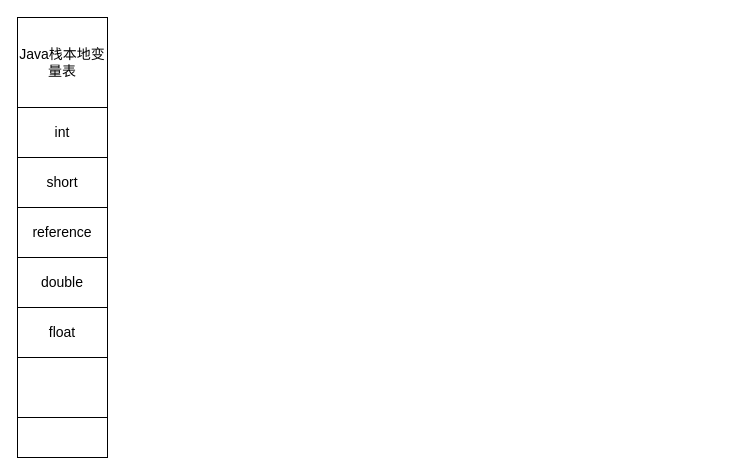
Above: java对象的定位.drawio in wushengqiang/mydoc (draw.io), before the change. Source tidied: cells renumbered, new cells numbered last; positions are measured from the earlier drawing's top-left corner, leaving out a move shared by most shapes. Both pictures are drawn from the tidied source at 100%, with x=0, y=0 at pixel (17, 17).
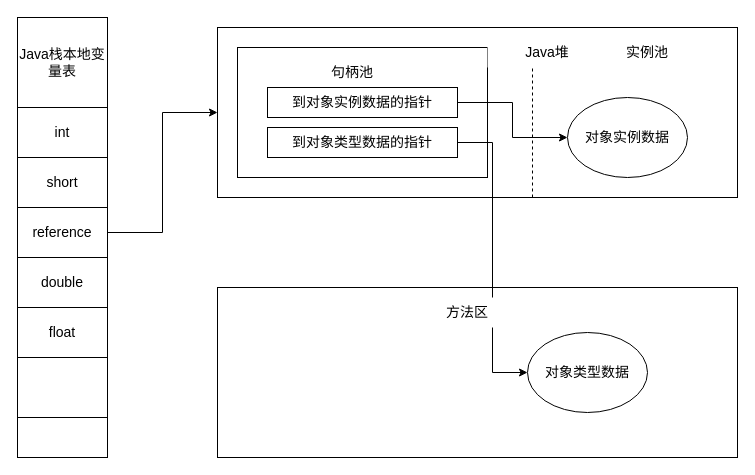
The same diagram, later.

Commit message (it also covers changes not shown here):
更新java对象的定位.drawio

Unchanged cells that the change refers to:
```xml
<mxCell id="5" value="reference" style="rounded=0;whiteSpace=wrap;html=1;fontSize=14;" parent="1" vertex="1">
  <mxGeometry y="190" width="90" height="50" as="geometry" />
</mxCell>
```

The edit, as a diff of the source:
```diff
@@
+    <mxCell id="10" style="edgeStyle=orthogonalEdgeStyle;rounded=0;jettySize=auto;html=1;entryX=0;entryY=0.5;entryDx=0;entryDy=0;fontSize=14;" parent="1" edge="1" source="5" target="11">
+      <mxGeometry relative="1" as="geometry" />
+    </mxCell>
@@
+    <mxCell id="11" style="rounded=0;whiteSpace=wrap;html=1;fontSize=14;" parent="1" vertex="1">
+      <mxGeometry x="200" y="10" width="520" height="170" as="geometry" />
+    </mxCell>
+    <mxCell id="12" style="rounded=0;whiteSpace=wrap;html=1;fontSize=14;" parent="1" vertex="1">
+      <mxGeometry x="200" y="270" width="520" height="170" as="geometry" />
+    </mxCell>
+    <mxCell id="13" style="rounded=0;whiteSpace=wrap;html=1;fontSize=14;" parent="1" vertex="1">
+      <mxGeometry x="220" y="30" width="250" height="130" as="geometry" />
+    </mxCell>
+    <mxCell id="14" value="句柄池" style="rounded=0;whiteSpace=wrap;html=1;fontSize=14;strokeColor=none;" parent="1" vertex="1">
+      <mxGeometry x="270" y="40" width="130" height="30" as="geometry" />
+    </mxCell>
+    <mxCell id="15" style="edgeStyle=orthogonalEdgeStyle;rounded=0;jettySize=auto;html=1;fontSize=14;" parent="1" edge="1" source="16" target="22">
+      <mxGeometry relative="1" as="geometry" />
+    </mxCell>
+    <mxCell id="16" value="到对象实例数据的指针" style="rounded=0;whiteSpace=wrap;html=1;fontSize=14;" parent="1" vertex="1">
+      <mxGeometry x="250" y="70" width="190" height="30" as="geometry" />
+    </mxCell>
+    <mxCell id="17" style="edgeStyle=orthogonalEdgeStyle;rounded=0;jettySize=auto;html=1;entryX=0;entryY=0.5;entryDx=0;entryDy=0;fontSize=14;" parent="1" edge="1" source="18" target="24">
+      <mxGeometry relative="1" as="geometry" />
+    </mxCell>
+    <mxCell id="18" value="到对象类型数据的指针" style="rounded=0;whiteSpace=wrap;html=1;fontSize=14;" parent="1" vertex="1">
+      <mxGeometry x="250" y="110" width="190" height="30" as="geometry" />
+    </mxCell>
+    <mxCell id="19" style="endArrow=none;dashed=1;html=1;fontSize=14;exitX=0.75;exitY=1;exitDx=0;exitDy=0;" parent="1" edge="1">
+      <mxGeometry relative="1" as="geometry">
+        <mxPoint x="515" y="180" as="sourcePoint" />
+        <mxPoint x="515" y="50" as="targetPoint" />
+      </mxGeometry>
+    </mxCell>
+    <mxCell id="20" value="Java堆" style="rounded=0;whiteSpace=wrap;html=1;fontSize=14;strokeColor=none;" parent="1" vertex="1">
+      <mxGeometry x="470" y="20" width="120" height="30" as="geometry" />
+    </mxCell>
+    <mxCell id="21" value="实例池" style="rounded=0;whiteSpace=wrap;html=1;fontSize=14;strokeColor=none;" parent="1" vertex="1">
+      <mxGeometry x="570" y="20" width="120" height="30" as="geometry" />
+    </mxCell>
+    <mxCell id="22" value="对象实例数据" style="ellipse;whiteSpace=wrap;html=1;fontSize=14;" parent="1" vertex="1">
+      <mxGeometry x="550" y="80" width="120" height="80" as="geometry" />
+    </mxCell>
+    <mxCell id="23" value="方法区" style="rounded=0;whiteSpace=wrap;html=1;fontSize=14;strokeColor=none;" parent="1" vertex="1">
+      <mxGeometry x="390" y="280" width="120" height="30" as="geometry" />
+    </mxCell>
+    <mxCell id="24" value="对象类型数据" style="ellipse;whiteSpace=wrap;html=1;fontSize=14;" parent="1" vertex="1">
+      <mxGeometry x="510" y="315" width="120" height="80" as="geometry" />
+    </mxCell>
```
